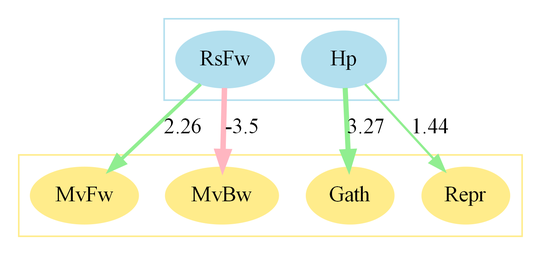
Before: reflex.tmp.gv.png, a diagram exported from Graphviz (rlsn/genetic-CA). Its source is kept beside it as reflex.tmp.gv.
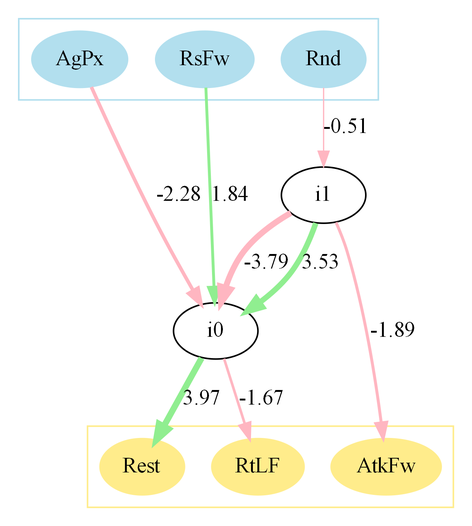
The same diagram one commit later.

Change to the diagram source:
```diff
@@ -3,19 +3,23 @@
 	subgraph cluster_0 {
 		node [color=lightblue2 style=filled]
 		color=lightblue2
+		AgPx
 		RsFw
-		Hp
+		Rnd
 	}
 	subgraph cluster_1 {
 		node [color=lightgoldenrod1 style=filled]
 		color=lightgoldenrod1
-		MvFw
-		MvBw
-		Gath
-		Repr
+		Rest
+		RtLF
+		AtkFw
 	}
-	RsFw -> MvFw [label=2.26 color=lightgreen penwidth=2.2628173828125]
-	RsFw -> MvBw [label=-3.5 color=lightpink penwidth=3.5032958984375]
-	Hp -> Gath [label=3.27 color=lightgreen penwidth=3.271728515625]
-	Hp -> Repr [label=1.44 color=lightgreen penwidth=1.4444580078125]
+	AgPx -> i0 [label=-2.28 color=lightpink penwidth=2.2794189453125]
+	RsFw -> i0 [label=1.84 color=lightgreen penwidth=1.8421630859375]
+	Rnd -> i1 [label=-0.51 color=lightpink penwidth=0.8]
+	i1 -> i0 [label=-3.79 color=lightpink penwidth=3.790771484375]
+	i1 -> i0 [label=3.53 color=lightgreen penwidth=3.5283203125]
+	i0 -> Rest [label=3.97 color=lightgreen penwidth=3.9696044921875]
+	i0 -> RtLF [label=-1.67 color=lightpink penwidth=1.6715087890625]
+	i1 -> AtkFw [label=-1.89 color=lightpink penwidth=1.8900146484375]
 }
```
